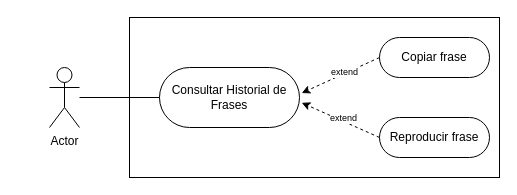
Before: casodeuso_consultarhistorial.drawio in xChiat/ProyectoIntegracion, a draw.io diagram. Source tidied: cells renumbered, new cells numbered last; positions are measured from the earlier drawing's top-left corner, leaving out a move shared by most shapes. Both pictures are drawn from the tidied source at 100%, with x=0, y=0 at pixel (49, 17).
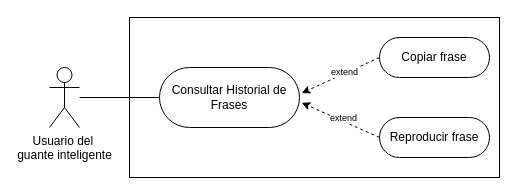
The same diagram, later.

Change to the diagram source:
```diff
@@
 <mxGraphModel>
   <root>
     <mxCell id="0" />
     <mxCell id="1" parent="0" />
-    <mxCell id="2" value="Actor" style="shape=umlActor;verticalLabelPosition=bottom;verticalAlign=top;html=1;outlineConnect=0;" parent="1" vertex="1">
+    <mxCell id="2" value="&lt;div&gt;Usuario del&amp;nbsp;&lt;/div&gt;&lt;div&gt;guante inteligente&lt;/div&gt;" style="shape=umlActor;verticalLabelPosition=bottom;verticalAlign=top;html=1;outlineConnect=0;" parent="1" vertex="1">
       <mxGeometry y="50" width="30" height="60" as="geometry" />
     </mxCell>
     <mxCell id="3" style="rounded=0;whiteSpace=wrap;html=1;" parent="1" vertex="1">
       <mxGeometry x="80" width="370" height="160" as="geometry" />
     </mxCell>
     <mxCell id="4" value="Consultar Historial de Frases" style="rounded=1;whiteSpace=wrap;html=1;arcSize=50;" parent="1" vertex="1">
       <mxGeometry x="110" y="50" width="140" height="60" as="geometry" />
     </mxCell>
     <mxCell id="5" style="rounded=0;jettySize=auto;html=1;exitX=0;exitY=0.5;exitDx=0;exitDy=0;dashed=1;entryX=1.016;entryY=0.426;entryDx=0;entryDy=0;entryPerimeter=0;" parent="1" edge="1" source="7" target="4">
       <mxGeometry relative="1" as="geometry" />
     </mxCell>
     <mxCell id="6" value="&lt;font style=&quot;font-size: 9px;&quot;&gt;extend&lt;/font&gt;" style="edgeLabel;html=1;align=center;verticalAlign=middle;" parent="5" vertex="1">
       <mxGeometry x="-0.12" y="-2" relative="1" as="geometry" />
     </mxCell>
     <mxCell id="7" value="Copiar frase" style="rounded=1;whiteSpace=wrap;html=1;arcSize=50;" parent="1" vertex="1">
       <mxGeometry x="330" y="20" width="110" height="40" as="geometry" />
     </mxCell>
     <mxCell id="8" style="rounded=0;jettySize=auto;html=1;exitX=0;exitY=0.5;exitDx=0;exitDy=0;dashed=1;entryX=1.016;entryY=0.588;entryDx=0;entryDy=0;entryPerimeter=0;" parent="1" edge="1" source="10" target="4">
       <mxGeometry relative="1" as="geometry" />
     </mxCell>
     <mxCell id="9" value="&lt;font style=&quot;font-size: 9px;&quot;&gt;extend&lt;/font&gt;" style="edgeLabel;html=1;align=center;verticalAlign=middle;" parent="8" vertex="1">
       <mxGeometry x="0.14" y="2" relative="1" as="geometry">
         <mxPoint x="9" y="-2" as="offset" />
       </mxGeometry>
     </mxCell>
     <mxCell id="10" value="Reproducir frase" style="rounded=1;whiteSpace=wrap;html=1;arcSize=50;" parent="1" vertex="1">
       <mxGeometry x="330" y="100" width="110" height="40" as="geometry" />
     </mxCell>
     <mxCell id="11" style="endArrow=none;html=1;rounded=0;entryX=0;entryY=0.5;entryDx=0;entryDy=0;" parent="1" edge="1" source="2" target="4">
       <mxGeometry relative="1" as="geometry" />
     </mxCell>
   </root>
 </mxGraphModel>
```
